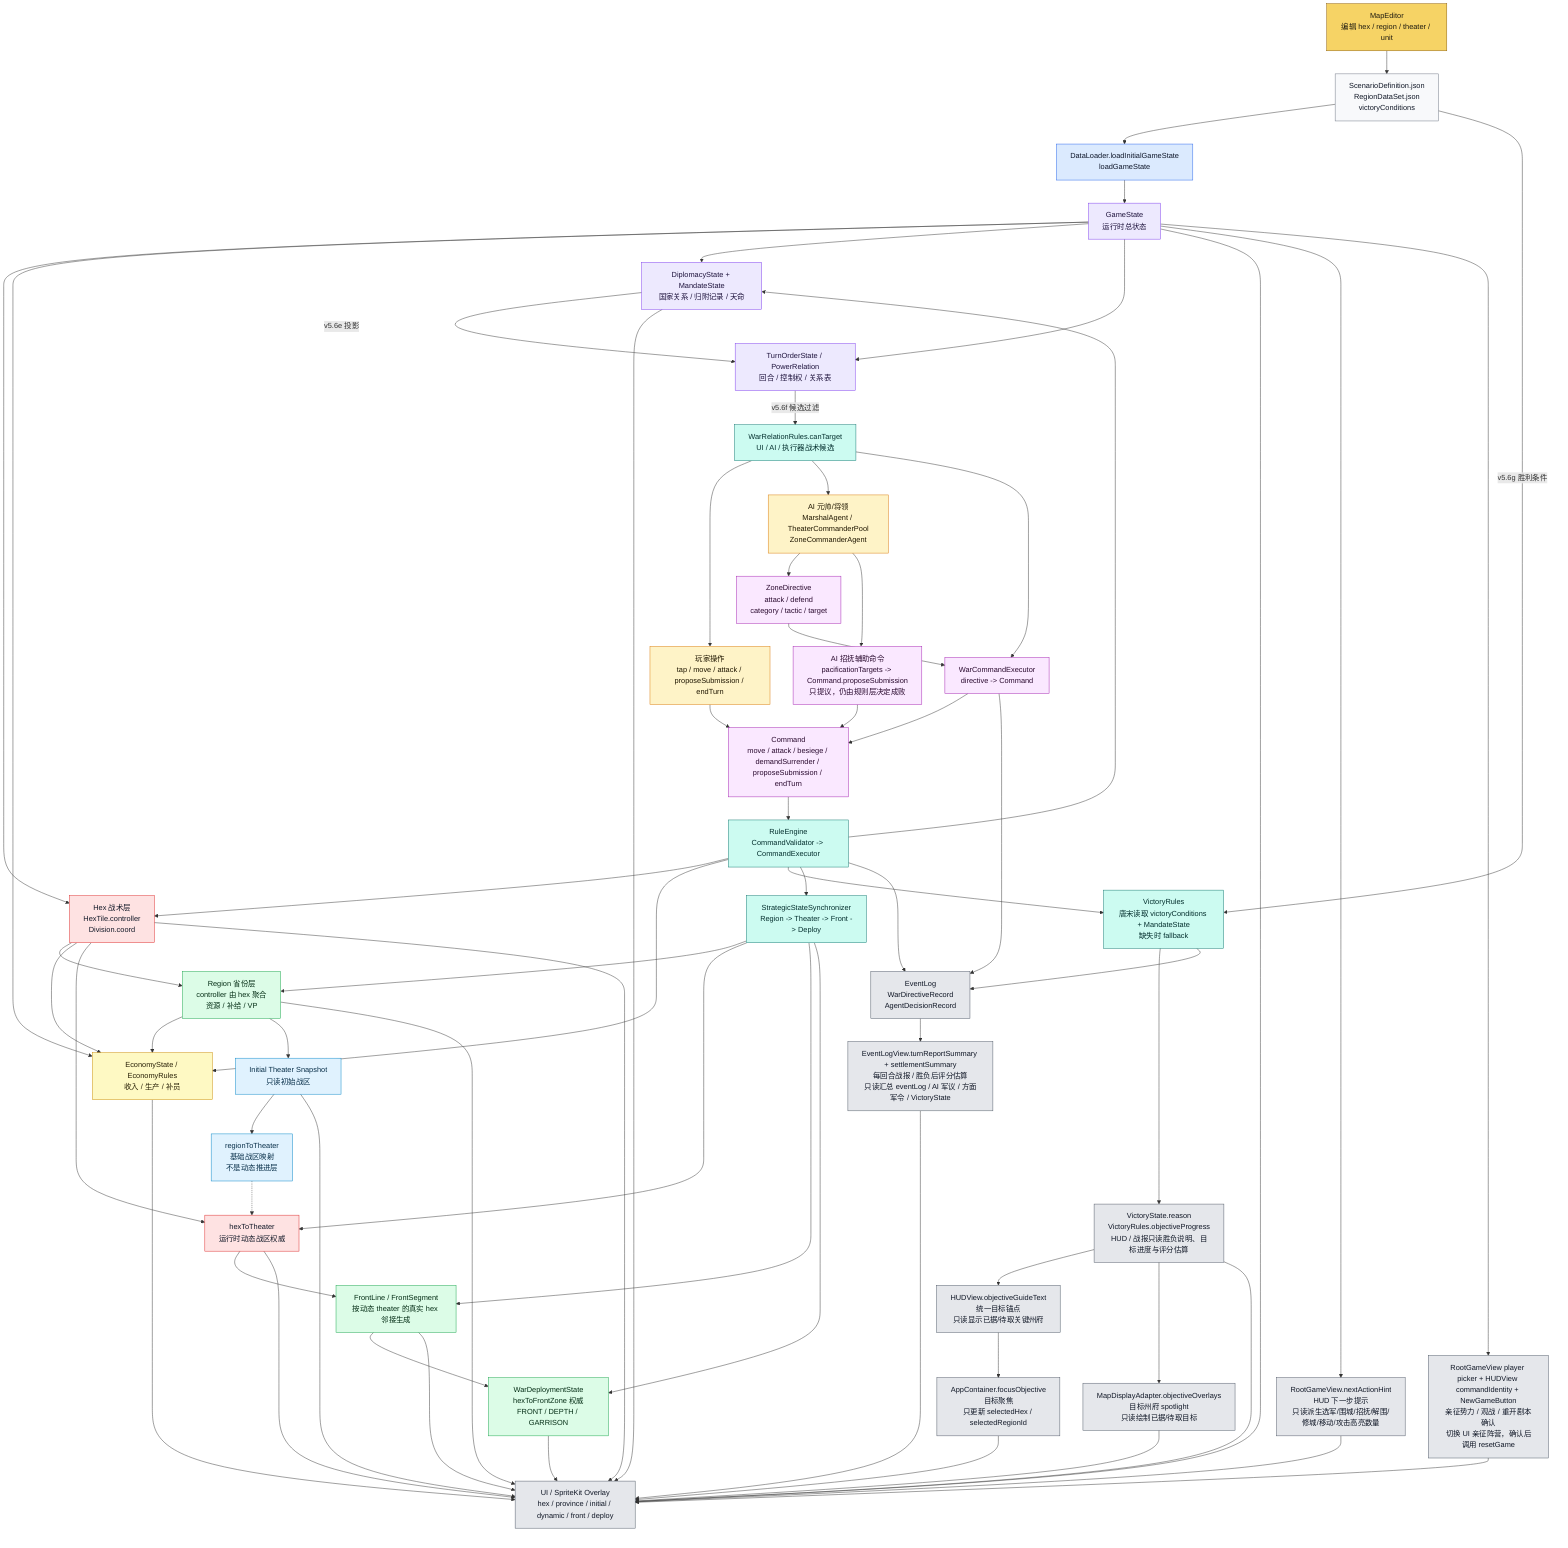
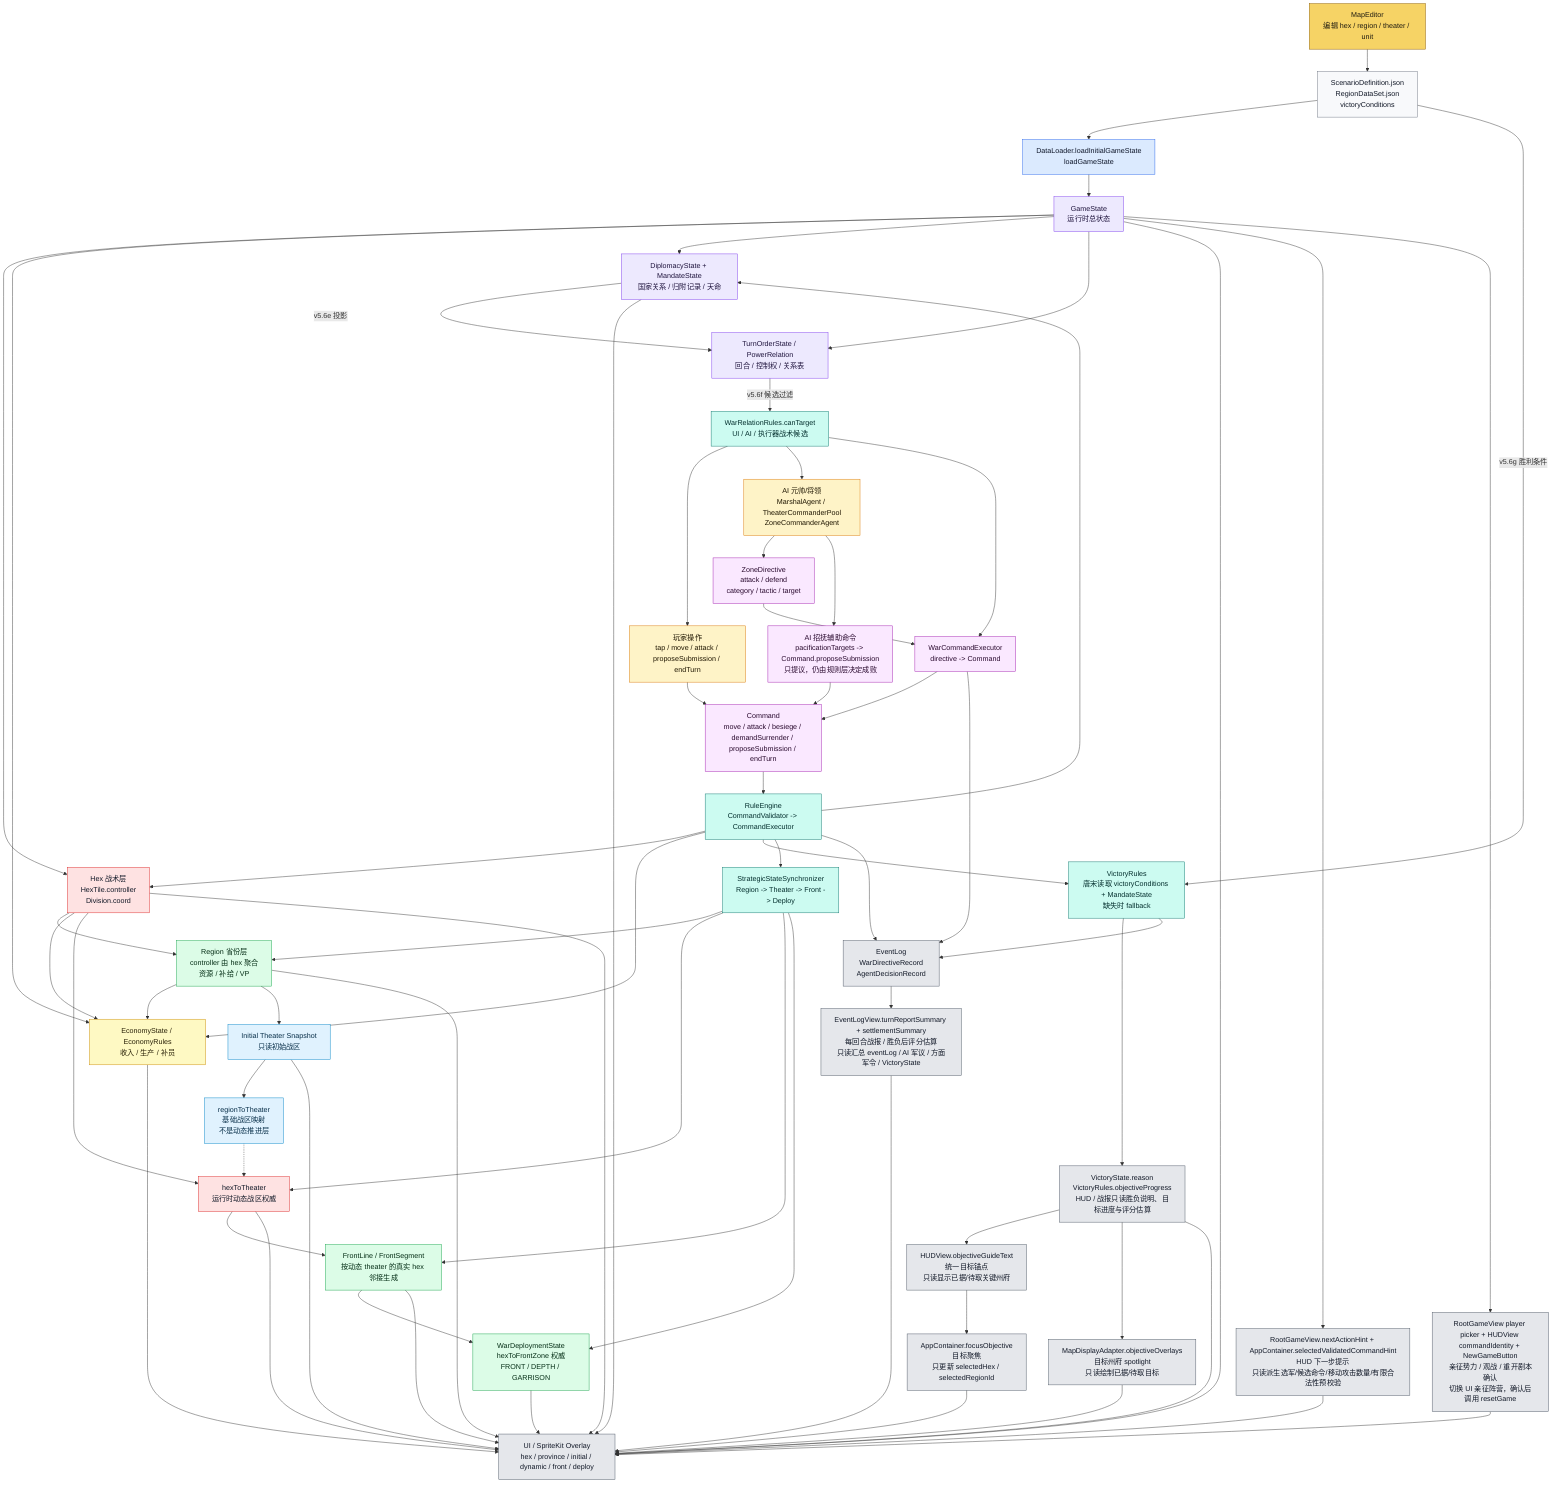
flowchart TD
    ME["MapEditor<br/>编辑 hex / region / theater / unit"]:::editor
    JSON["ScenarioDefinition.json<br/>RegionDataSet.json<br/>victoryConditions"]:::data
    DL["DataLoader.loadInitialGameState<br/>loadGameState"]:::loader
    GS["GameState<br/>运行时总状态"]:::state

    HEX["Hex 战术层<br/>HexTile.controller<br/>Division.coord"]:::authority
    REGION["Region 省份层<br/>controller 由 hex 聚合<br/>资源 / 补给 / VP"]:::derived
    INIT["Initial Theater Snapshot<br/>只读初始战区"]:::snapshot
    R2T["regionToTheater<br/>基础战区映射<br/>不是动态推进层"]:::snapshot
    H2T["hexToTheater<br/>运行时动态战区权威"]:::authority
    FRONT["FrontLine / FrontSegment<br/>按动态 theater 的真实 hex 邻接生成"]:::derived
    DEPLOY["WarDeploymentState<br/>hexToFrontZone 权威<br/>FRONT / DEPTH / GARRISON"]:::derived
    ECO["EconomyState / EconomyRules<br/>收入 / 生产 / 补员"]:::economy
    DIP["DiplomacyState + MandateState<br/>国家关系 / 归附记录 / 天命"]:::state
    TURN["TurnOrderState / PowerRelation<br/>回合 / 控制权 / 关系表"]:::state
    RELCAND["WarRelationRules.canTarget<br/>UI / AI / 执行器战术候选"]:::rules
    VICT["VictoryRules<br/>唐宋读取 victoryConditions + MandateState<br/>缺失时 fallback"]:::rules
    VICTEXT["VictoryState.reason<br/>VictoryRules.objectiveProgress<br/>HUD / 战报只读胜负说明、目标进度与评分估算"]:::ui
    GOAL["HUDView.objectiveGuideText<br/>统一目标锚点<br/>只读显示已据/待取关键州府"]:::ui
    FOCUS["AppContainer.focusObjective<br/>目标聚焦<br/>只更新 selectedHex / selectedRegionId"]:::ui
    SPOTLIGHT["MapDisplayAdapter.objectiveOverlays<br/>目标州府 spotlight<br/>只读绘制已据/待取目标"]:::ui
    TURNREPORT["EventLogView.turnReportSummary + settlementSummary<br/>每回合战报 / 胜负后评分估算<br/>只读汇总 eventLog / AI 军议 / 方面军令 / VictoryState"]:::ui
    SESSIONHUD["RootGameView player picker + HUDView commandIdentity + NewGameButton<br/>亲征势力 / 观战 / 重开剧本确认<br/>切换 UI 亲征阵营，确认后调用 resetGame"]:::ui
-     HINT["RootGameView.nextActionHint<br/>HUD 下一步提示<br/>只读派生选军/围城/招抚/解围/修城/移动/攻击高亮数量"]:::ui
+     HINT["RootGameView.nextActionHint + AppContainer.selectedValidatedCommandHint<br/>HUD 下一步提示<br/>只读派生选军/候选命令/移动攻击数量/有限合法性预校验"]:::ui

    PLAYER["玩家操作<br/>tap / move / attack / proposeSubmission / endTurn"]:::input
    AI["AI 元帅/将领<br/>MarshalAgent / TheaterCommanderPool<br/>ZoneCommanderAgent"]:::input
    AIPAC["AI 招抚辅助命令<br/>pacificationTargets -> Command.proposeSubmission<br/>只提议，仍由规则层决定成败"]:::command
    ZD["ZoneDirective<br/>attack / defend<br/>category / tactic / target"]:::command
    WCE["WarCommandExecutor<br/>directive -> Command"]:::command
    CMD["Command<br/>move / attack / besiege / demandSurrender / proposeSubmission / endTurn"]:::command
    RE["RuleEngine<br/>CommandValidator -> CommandExecutor"]:::rules
    SYNC["StrategicStateSynchronizer<br/>Region -> Theater -> Front -> Deploy"]:::rules

    UI["UI / SpriteKit Overlay<br/>hex / province / initial / dynamic / front / deploy"]:::ui
    LOG["EventLog<br/>WarDirectiveRecord<br/>AgentDecisionRecord"]:::ui

    ME --> JSON --> DL --> GS
    GS --> HEX
    HEX --> REGION
    HEX --> ECO
    REGION --> ECO
    REGION --> INIT
    INIT --> R2T
    R2T -.-> H2T
    HEX --> H2T
    H2T --> FRONT --> DEPLOY
    GS --> ECO
    GS --> DIP
    GS --> TURN
    DIP -->|v5.6e 投影| TURN
    TURN -->|v5.6f 候选过滤| RELCAND
    JSON -->|v5.6g 胜利条件| VICT

    PLAYER --> CMD
    RELCAND --> PLAYER
    RELCAND --> AI
    RELCAND --> WCE
    AI --> ZD --> WCE --> CMD
    AI --> AIPAC --> CMD
    CMD --> RE --> HEX
    RE --> ECO
    RE --> DIP
    RE --> VICT
    RE --> SYNC
    SYNC --> REGION
    SYNC --> H2T
    SYNC --> FRONT
    SYNC --> DEPLOY

    GS --> UI
    GS --> HINT --> UI
    GS --> SESSIONHUD --> UI
    VICTEXT --> GOAL --> FOCUS --> UI
    VICTEXT --> SPOTLIGHT --> UI
    HEX --> UI
    REGION --> UI
    INIT --> UI
    H2T --> UI
    FRONT --> UI
    DEPLOY --> UI
    ECO --> UI
    DIP --> UI
    VICT --> VICTEXT --> UI
    RE --> LOG
    VICT --> LOG
    WCE --> LOG
    LOG --> TURNREPORT --> UI

    classDef editor fill:#f6d365,stroke:#8a5a00,color:#1f1b10
    classDef data fill:#f8f9fb,stroke:#6b7280,color:#111827
    classDef loader fill:#dbeafe,stroke:#2563eb,color:#0f172a
    classDef state fill:#ede9fe,stroke:#7c3aed,color:#1f143d
    classDef authority fill:#fee2e2,stroke:#dc2626,color:#111827
    classDef derived fill:#dcfce7,stroke:#16a34a,color:#052e16
    classDef snapshot fill:#e0f2fe,stroke:#0284c7,color:#082f49
    classDef input fill:#fef3c7,stroke:#d97706,color:#1f1600
    classDef economy fill:#fef9c3,stroke:#ca8a04,color:#292107
    classDef command fill:#fae8ff,stroke:#a21caf,color:#2a0a2f
    classDef rules fill:#ccfbf1,stroke:#0f766e,color:#042f2e
    classDef ui fill:#e5e7eb,stroke:#4b5563,color:#111827
